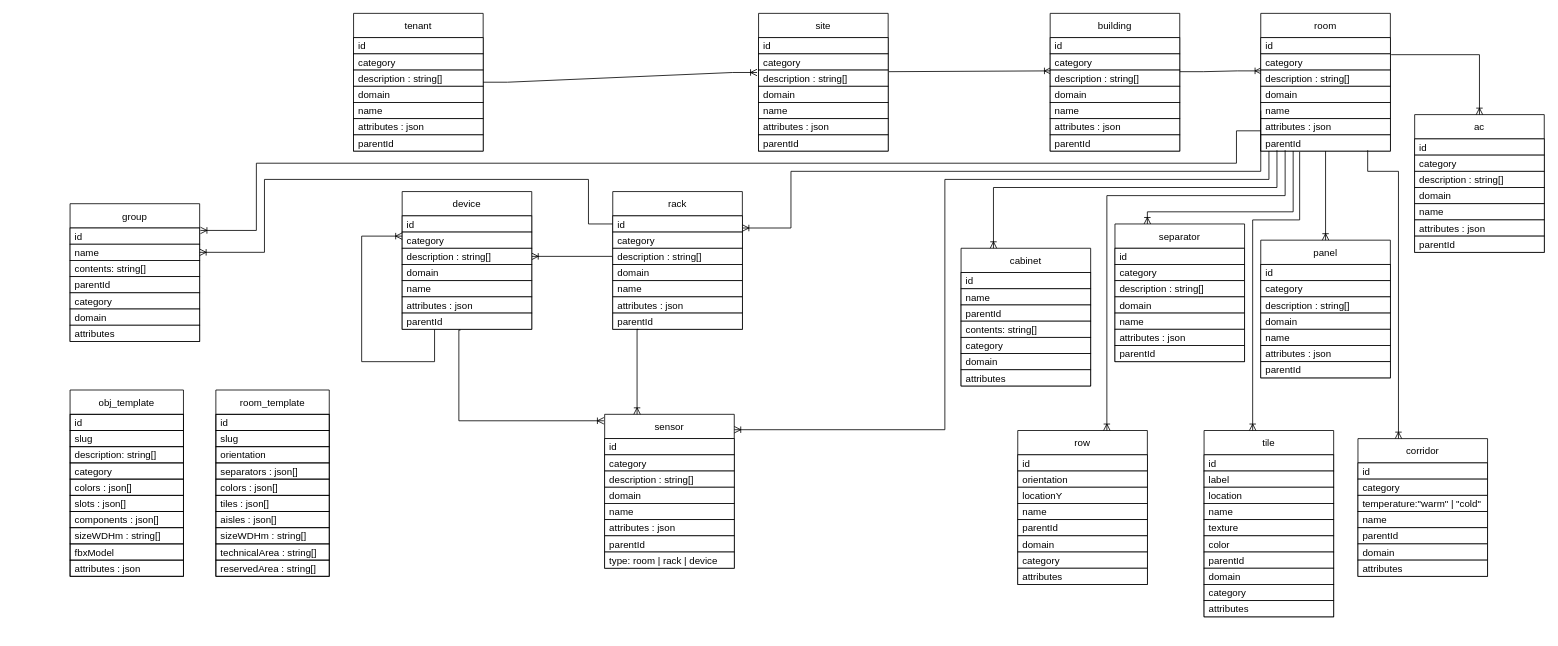
This is resources/diagrams/DB.drawio from ditrit/OGrEE-Core, a draw.io file, before an edit. Source tidied: cells renumbered, new cells numbered last; positions are measured from the earlier drawing's top-left corner, leaving out a move shared by most shapes. Both pictures are drawn from the tidied source at 81%, with x=0, y=0 at pixel (70, 13).
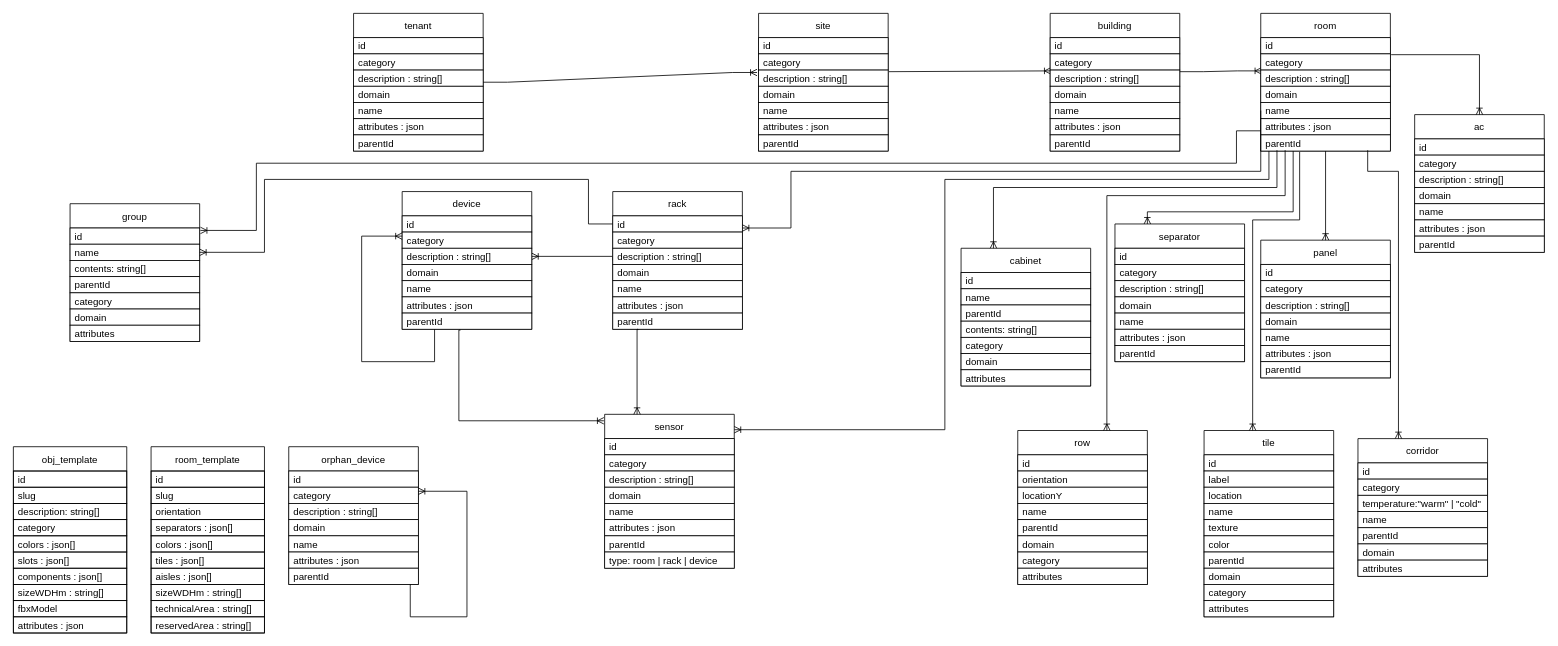
After the change.

Commit message (it also covers changes not shown here):
Added Diagrams and stray devices to createdb script

What changed in the source:
```diff
@@
     <mxCell id="13" value="room_template" style="swimlane;fontStyle=0;horizontal=1;startSize=30;fontColor=default;strokeColor=default;fillColor=default;" parent="1" vertex="1">
-      <mxGeometry x="180" y="465" width="140" height="230" as="geometry" />
+      <mxGeometry x="100" y="535" width="140" height="230" as="geometry" />
     </mxCell>
@@
     <mxCell id="70" value="obj_template" style="swimlane;fontStyle=0;horizontal=1;startSize=30;fontColor=default;strokeColor=default;fillColor=default;" parent="1" vertex="1">
-      <mxGeometry y="465" width="140" height="230" as="geometry" />
+      <mxGeometry x="-70" y="535" width="140" height="230" as="geometry" />
     </mxCell>
@@
+    <mxCell id="182" value="orphan_device" style="swimlane;fontStyle=0;horizontal=1;startSize=30;fillColor=default;strokeColor=default;fontColor=default;" parent="1" vertex="1">
+      <mxGeometry x="270" y="535" width="160" height="170" as="geometry" />
+    </mxCell>
+    <mxCell id="183" value="id" style="text;strokeColor=default;fillColor=default;align=left;verticalAlign=middle;spacingLeft=4;spacingRight=4;overflow=hidden;fontColor=default;" parent="182" vertex="1">
+      <mxGeometry y="30" width="160" height="20" as="geometry" />
+    </mxCell>
+    <mxCell id="184" value="category" style="text;strokeColor=default;fillColor=default;align=left;verticalAlign=middle;spacingLeft=4;spacingRight=4;overflow=hidden;fontColor=default;" parent="182" vertex="1">
+      <mxGeometry y="50" width="160" height="20" as="geometry" />
+    </mxCell>
+    <mxCell id="185" value="description : string[]" style="text;strokeColor=default;fillColor=default;align=left;verticalAlign=middle;spacingLeft=4;spacingRight=4;overflow=hidden;fontColor=default;" parent="182" vertex="1">
+      <mxGeometry y="70" width="160" height="20" as="geometry" />
+    </mxCell>
+    <mxCell id="186" value="domain" style="text;strokeColor=default;fillColor=default;align=left;verticalAlign=middle;spacingLeft=4;spacingRight=4;overflow=hidden;fontColor=default;" parent="182" vertex="1">
+      <mxGeometry y="90" width="160" height="20" as="geometry" />
+    </mxCell>
+    <mxCell id="187" value="name" style="text;strokeColor=default;fillColor=default;align=left;verticalAlign=middle;spacingLeft=4;spacingRight=4;overflow=hidden;fontColor=default;" parent="182" vertex="1">
+      <mxGeometry y="110" width="160" height="20" as="geometry" />
+    </mxCell>
+    <mxCell id="188" value="attributes : json" style="text;strokeColor=default;fillColor=default;align=left;verticalAlign=middle;spacingLeft=4;spacingRight=4;overflow=hidden;fontColor=default;" parent="182" vertex="1">
+      <mxGeometry y="130" width="160" height="20" as="geometry" />
+    </mxCell>
+    <mxCell id="189" value="parentId" style="text;strokeColor=default;fillColor=default;align=left;verticalAlign=middle;spacingLeft=4;spacingRight=4;overflow=hidden;fontColor=default;" parent="182" vertex="1">
+      <mxGeometry y="150" width="160" height="20" as="geometry" />
+    </mxCell>
+    <mxCell id="190" style="edgeStyle=orthogonalEdgeStyle;rounded=0;orthogonalLoop=1;jettySize=auto;html=1;labelBackgroundColor=default;fontColor=default;endArrow=ERoneToMany;endFill=0;strokeColor=default;" parent="182" edge="1">
+      <mxGeometry relative="1" as="geometry">
+        <mxPoint x="150" y="170" as="sourcePoint" />
+        <mxPoint x="160" y="55" as="targetPoint" />
+        <Array as="points">
+          <mxPoint x="150" y="173" />
+          <mxPoint x="150" y="210" />
+          <mxPoint x="220" y="210" />
+          <mxPoint x="220" y="55" />
+        </Array>
+      </mxGeometry>
+    </mxCell>
```
